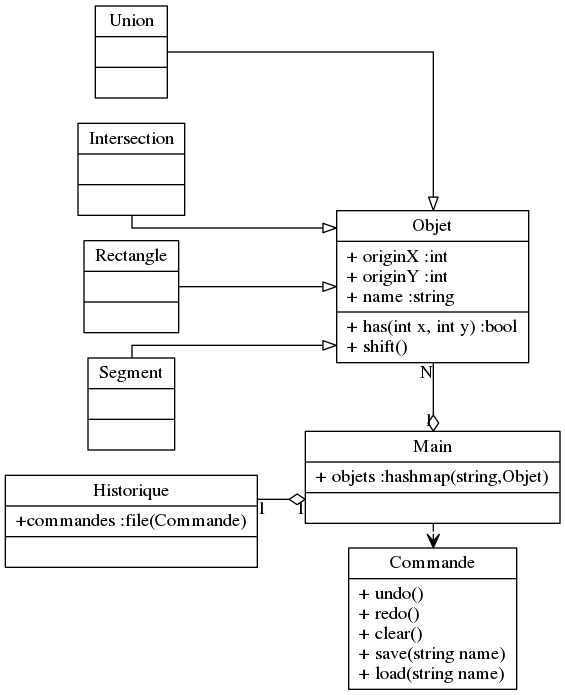
The Graphviz diagram diag_de_classe.png in BuonOmo/tp-heritage, before a commit. Its source is kept beside it as diag_de_classe.dot.
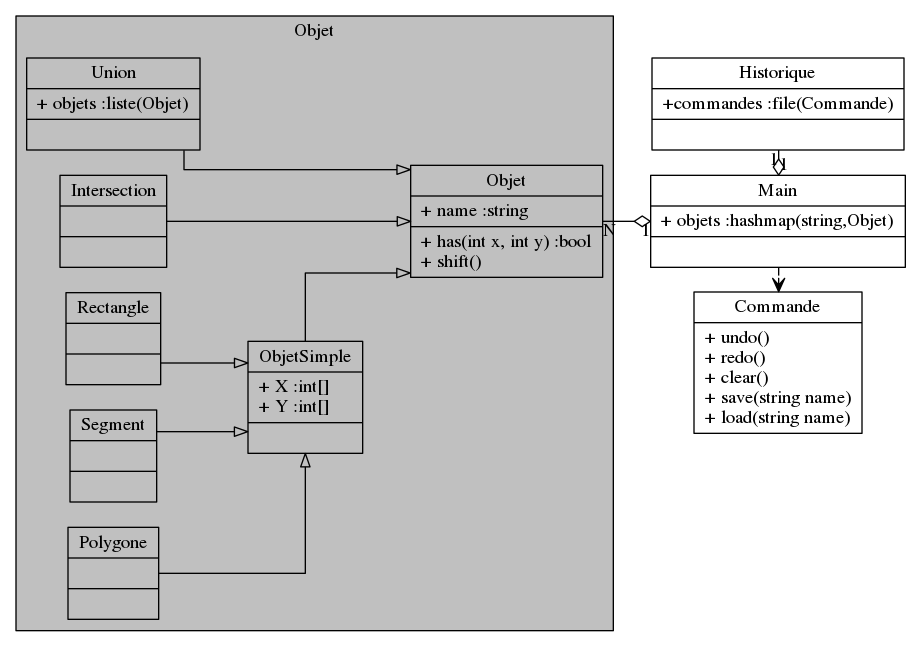
After the commit.

Commit message:
avancée dans le diag de classe

The edit, as a diff of the source:
```diff
@@ -2,25 +2,31 @@
     rankdir=LR;
     splines=ortho;
     /* Entities */
-    subgraph cluster_obj
-    {
-        Objet [label="Objet|+ originX :int\l+ originY :int\l+ name :string\l|+ has(int x, int y) :bool\l+ shift()\l", shape="record"]
-        Union [label="Union||", shape="record"]
-        Intersection [label="Intersection||", shape="record"]
-        Rectangle [label="Rectangle||", shape="record"]
-        Segment [label="Segment||", shape="record"]
-        Commande  [label="Commande|+ undo()\l+ redo()\l+ clear()\l+ save(string name)\l+ load(string name)\l", shape="record"]
+    subgraph cluster_Objet {
+        label="Objet";
+        style=filled;
+        bgcolor=gray;
+        "Objet" [label="Objet|+ name :string\l|+ has(int x, int y) :bool\l+ shift()\l", shape="record"]
+        "Union" [label="Union|+ objets :liste(Objet)|", shape="record"]
+        "Intersection" [label="Intersection||", shape="record"]
+        "ObjetSimple" [label="ObjetSimple|+ X :int[]\l+ Y :int[]\l|",shape=record]
+        "Rectangle" [label="Rectangle||", shape="record"]
+        "Segment" [label="Segment||", shape="record"]
+        "Polygone" [label="Polygone||",shape=record]
+        rank = same {"Union", "Intersection", "Rectangle", "Segment"}
     }
-    Historique [label="Historique|+commandes :file(Commande)|", shape="record"]
-    Main [label="Main|+ objets :hashmap(string,Objet)|", shape="record"]
+    "Commande"  [label="Commande|+ undo()\l+ redo()\l+ clear()\l+ save(string name)\l+ load(string name)\l", shape="record"]
+    "Historique" [label="Historique|+commandes :file(Commande)|", shape="record"]
+    "Main" [label="Main|+ objets :hashmap(string,Objet)|", shape="record"]
     /* Relationships */
-    rank = same {Main, Commande, Objet}
-    rank = same {Union, Intersection, Rectangle, Segment}
-    Union -> Objet [arrowhead=empty]
-    Intersection -> Objet [arrowhead=empty]
-    Rectangle -> Objet [arrowhead=empty]
-    Segment -> Objet [arrowhead=empty]
-    Objet -> Main [arrowhead=ediamond, taillabel=N, headlabel=1]
-    Historique -> Main [arrowhead=ediamond, taillabel=1, headlabel=1]
-    Main -> Commande [arrowhead=vee, style=dashed]
+    rank = same {"Main", "Commande", "Historique"}
+    "Union" -> "Objet" [arrowhead=empty]
+    "Intersection" -> "Objet" [arrowhead=empty]
+    "Rectangle" -> "ObjetSimple" [arrowhead=empty]
+    "Polygone" -> "ObjetSimple" [arrowhead=empty]
+    "Segment" -> "ObjetSimple" [arrowhead=empty]
+    "ObjetSimple" -> "Objet" [arrowhead=empty]
+    "Objet" -> "Main" [arrowhead=ediamond, taillabel=N, headlabel=1]
+    "Historique" -> "Main" [arrowhead=ediamond, taillabel=1, headlabel=1]
+    "Main" -> "Commande" [arrowhead=vee, style=dashed]
 }
```
